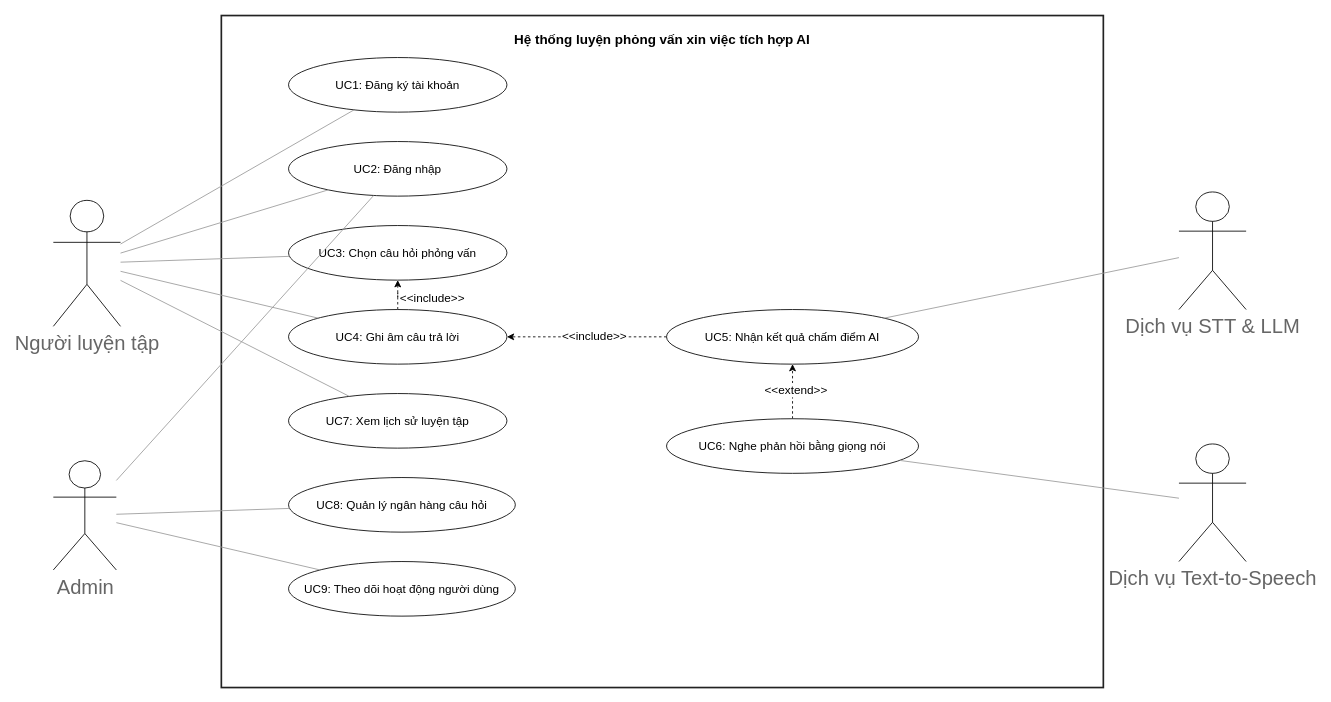
The draw.io diagram docs/diagrams/UsecaseDiagram.drawio.xml in ToraidolGiang/interview-practice-ai, before the edit. Source tidied: cells renumbered, new cells numbered last; positions are measured from the earlier drawing's top-left corner, leaving out a move shared by most shapes. Both pictures are drawn from the tidied source at 84%, with x=0, y=0 at pixel (53, 15).
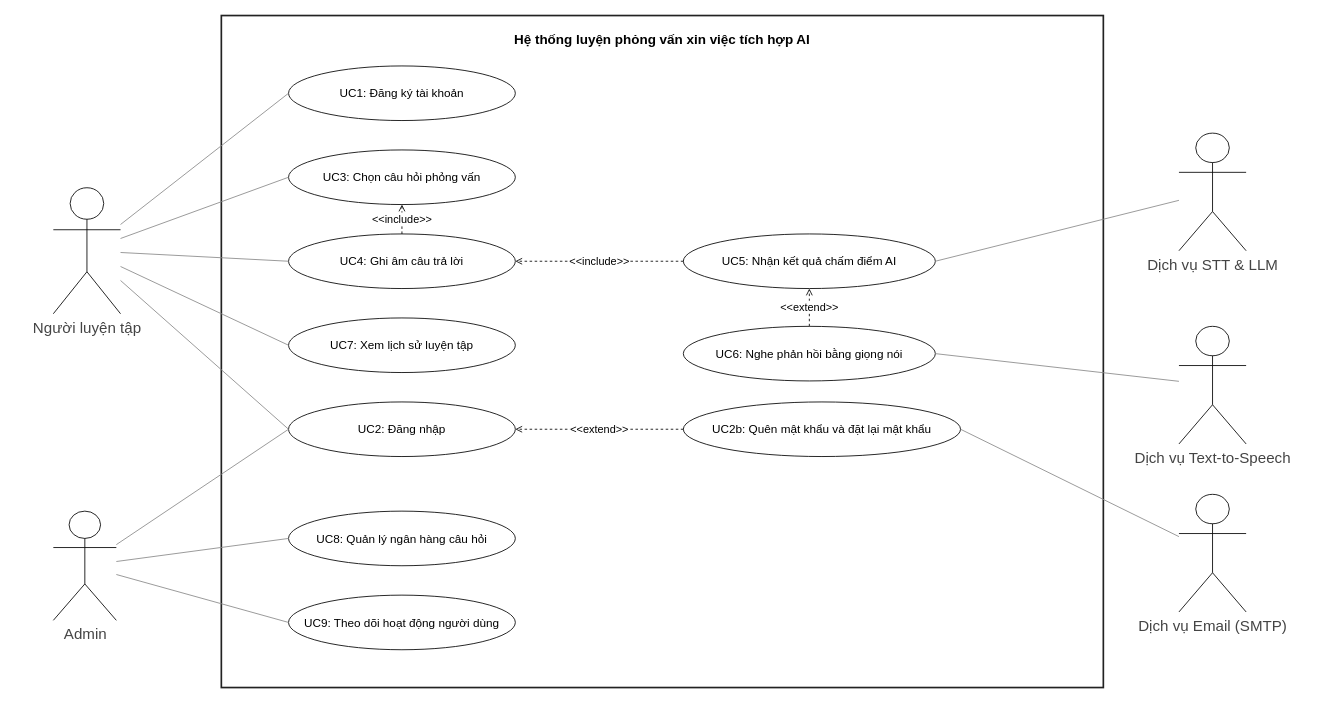
After the change.

The edit, as a diff of the source:
```diff
@@
-    <mxCell id="3" value="&lt;font style=&quot;font-size: 24px;&quot;&gt;Người luyện tập&lt;/font&gt;" style="shape=umlActor;verticalLabelPosition=bottom;verticalAlign=top;html=1;outlineConnect=0;fontSize=14;strokeColor=#000000;fontColor=#666666;" parent="1" vertex="1">
-      <mxGeometry y="220" width="80" height="150" as="geometry" />
+    <mxCell id="3" value="Người luyện tập" style="shape=umlActor;verticalLabelPosition=bottom;verticalAlign=top;html=1;outlineConnect=0;fontSize=18;strokeColor=#000000;fontColor=#444444;" parent="1" vertex="1">
+      <mxGeometry y="205" width="80" height="150" as="geometry" />
     </mxCell>
-    <mxCell id="4" value="&lt;font style=&quot;font-size: 24px;&quot;&gt;Admin&lt;/font&gt;" style="shape=umlActor;verticalLabelPosition=bottom;verticalAlign=top;html=1;outlineConnect=0;fontSize=14;strokeColor=#000000;fontColor=#666666;" parent="1" vertex="1">
-      <mxGeometry y="530" width="75" height="130" as="geometry" />
+    <mxCell id="4" value="Admin" style="shape=umlActor;verticalLabelPosition=bottom;verticalAlign=top;html=1;outlineConnect=0;fontSize=18;strokeColor=#000000;fontColor=#444444;" parent="1" vertex="1">
+      <mxGeometry y="590" width="75" height="130" as="geometry" />
     </mxCell>
-    <mxCell id="5" value="&lt;font style=&quot;font-size: 24px;&quot;&gt;Dịch vụ STT &amp;amp; LLM&lt;/font&gt;" style="shape=umlActor;verticalLabelPosition=bottom;verticalAlign=top;html=1;outlineConnect=0;fontSize=14;strokeColor=#000000;fontColor=#666666;" parent="1" vertex="1">
-      <mxGeometry x="1340" y="210" width="80" height="140" as="geometry" />
+    <mxCell id="5" value="Dịch vụ STT &amp; LLM" style="shape=umlActor;verticalLabelPosition=bottom;verticalAlign=top;html=1;outlineConnect=0;fontSize=18;strokeColor=#000000;fontColor=#444444;" parent="1" vertex="1">
+      <mxGeometry x="1340" y="140" width="80" height="140" as="geometry" />
     </mxCell>
-    <mxCell id="6" value="&lt;font style=&quot;font-size: 24px;&quot;&gt;Dịch vụ Text-to-Speech&lt;/font&gt;" style="shape=umlActor;verticalLabelPosition=bottom;verticalAlign=top;html=1;outlineConnect=0;fontSize=14;strokeColor=#000000;fontColor=#666666;" parent="1" vertex="1">
-      <mxGeometry x="1340" y="510" width="80" height="140" as="geometry" />
+    <mxCell id="6" value="Dịch vụ Text-to-Speech" style="shape=umlActor;verticalLabelPosition=bottom;verticalAlign=top;html=1;outlineConnect=0;fontSize=18;strokeColor=#000000;fontColor=#444444;" parent="1" vertex="1">
+      <mxGeometry x="1340" y="370" width="80" height="140" as="geometry" />
     </mxCell>
+    <mxCell id="32" value="Dịch vụ Email (SMTP)" style="shape=umlActor;verticalLabelPosition=bottom;verticalAlign=top;html=1;outlineConnect=0;fontSize=18;strokeColor=#000000;fontColor=#444444;" parent="1" vertex="1">
+      <mxGeometry x="1340" y="570" width="80" height="140" as="geometry" />
+    </mxCell>
     <mxCell id="7" value="UC1: Đăng ký tài khoản" style="ellipse;whiteSpace=wrap;html=1;fontSize=14;" parent="1" vertex="1">
-      <mxGeometry x="280" y="50" width="260" height="65" as="geometry" />
+      <mxGeometry x="280" y="60" width="270" height="65" as="geometry" />
     </mxCell>
-    <mxCell id="8" value="UC2: Đăng nhập" style="ellipse;whiteSpace=wrap;html=1;fontSize=14;" parent="1" vertex="1">
-      <mxGeometry x="280" y="150" width="260" height="65" as="geometry" />
-    </mxCell>
     <mxCell id="9" value="UC3: Chọn câu hỏi phỏng vấn" style="ellipse;whiteSpace=wrap;html=1;fontSize=14;" parent="1" vertex="1">
-      <mxGeometry x="280" y="250" width="260" height="65" as="geometry" />
+      <mxGeometry x="280" y="160" width="270" height="65" as="geometry" />
     </mxCell>
-    <mxCell id="10" style="edgeStyle=orthogonalEdgeStyle;rounded=0;jettySize=auto;html=1;dashed=1;" parent="1" edge="1" source="12" target="9">
-      <mxGeometry relative="1" as="geometry" />
-    </mxCell>
-    <mxCell id="11" value="&lt;font style=&quot;font-size: 14px;&quot;&gt;&amp;lt;&amp;lt;include&amp;gt;&amp;gt;&lt;/font&gt;" style="edgeLabel;html=1;align=center;verticalAlign=middle;" parent="10" vertex="1">
-      <mxGeometry x="-0.38" relative="1" as="geometry">
-        <mxPoint x="40" as="offset" />
-      </mxGeometry>
-    </mxCell>
     <mxCell id="12" value="UC4: Ghi âm câu trả lời" style="ellipse;whiteSpace=wrap;html=1;fontSize=14;" parent="1" vertex="1">
-      <mxGeometry x="280" y="350" width="260" height="65" as="geometry" />
+      <mxGeometry x="280" y="260" width="270" height="65" as="geometry" />
     </mxCell>
     <mxCell id="13" value="UC7: Xem lịch sử luyện tập" style="ellipse;whiteSpace=wrap;html=1;fontSize=14;" parent="1" vertex="1">
-      <mxGeometry x="280" y="450" width="260" height="65" as="geometry" />
+      <mxGeometry x="280" y="360" width="270" height="65" as="geometry" />
     </mxCell>
+    <mxCell id="8" value="UC2: Đăng nhập" style="ellipse;whiteSpace=wrap;html=1;fontSize=14;" parent="1" vertex="1">
+      <mxGeometry x="280" y="460" width="270" height="65" as="geometry" />
+    </mxCell>
     <mxCell id="14" value="UC8: Quản lý ngân hàng câu hỏi" style="ellipse;whiteSpace=wrap;html=1;fontSize=14;" parent="1" vertex="1">
-      <mxGeometry x="280" y="550" width="270" height="65" as="geometry" />
+      <mxGeometry x="280" y="590" width="270" height="65" as="geometry" />
     </mxCell>
     <mxCell id="15" value="UC9: Theo dõi hoạt động người dùng" style="ellipse;whiteSpace=wrap;html=1;fontSize=14;" parent="1" vertex="1">
-      <mxGeometry x="280" y="650" width="270" height="65" as="geometry" />
+      <mxGeometry x="280" y="690" width="270" height="65" as="geometry" />
     </mxCell>
-    <mxCell id="16" style="edgeStyle=orthogonalEdgeStyle;rounded=0;jettySize=auto;html=1;dashed=1;" parent="1" edge="1" source="18" target="12">
-      <mxGeometry relative="1" as="geometry" />
-    </mxCell>
-    <mxCell id="17" value="&lt;font style=&quot;font-size: 14px;&quot;&gt;&amp;lt;&amp;lt;include&amp;gt;&amp;gt;&lt;/font&gt;" style="edgeLabel;html=1;align=center;verticalAlign=middle;" parent="16" vertex="1">
-      <mxGeometry x="-0.08" y="-1" relative="1" as="geometry" />
-    </mxCell>
     <mxCell id="18" value="UC5: Nhận kết quả chấm điểm AI" style="ellipse;whiteSpace=wrap;html=1;fontSize=14;" parent="1" vertex="1">
-      <mxGeometry x="730" y="350" width="300" height="65" as="geometry" />
+      <mxGeometry x="750" y="260" width="300" height="65" as="geometry" />
     </mxCell>
-    <mxCell id="19" style="edgeStyle=orthogonalEdgeStyle;rounded=0;jettySize=auto;html=1;dashed=1;" parent="1" edge="1" source="21" target="18">
-      <mxGeometry relative="1" as="geometry" />
-    </mxCell>
-    <mxCell id="20" value="&lt;font style=&quot;font-size: 14px;&quot;&gt;&amp;lt;&amp;lt;extend&amp;gt;&amp;gt;&lt;/font&gt;" style="edgeLabel;html=1;align=center;verticalAlign=middle;" parent="19" vertex="1">
-      <mxGeometry x="0.07" y="-3" relative="1" as="geometry" />
-    </mxCell>
     <mxCell id="21" value="UC6: Nghe phản hồi bằng giọng nói" style="ellipse;whiteSpace=wrap;html=1;fontSize=14;" parent="1" vertex="1">
-      <mxGeometry x="730" y="480" width="300" height="65" as="geometry" />
+      <mxGeometry x="750" y="370" width="300" height="65" as="geometry" />
     </mxCell>
+    <mxCell id="33" value="UC2b: Quên mật khẩu và đặt lại mật khẩu" style="ellipse;whiteSpace=wrap;html=1;fontSize=14;" parent="1" vertex="1">
+      <mxGeometry x="750" y="460" width="330" height="65" as="geometry" />
+    </mxCell>
-    <mxCell id="22" style="endArrow=none;html=1;rounded=0;strokeColor=#999999;" parent="1" edge="1" source="3" target="7">
+    <mxCell id="22" style="endArrow=none;html=1;rounded=0;strokeColor=#888888;entryX=0;entryY=0.5;entryDx=0;entryDy=0;" parent="1" edge="1" source="3" target="7">
       <mxGeometry relative="1" as="geometry" />
     </mxCell>
-    <mxCell id="23" style="endArrow=none;html=1;rounded=0;strokeColor=#999999;" parent="1" edge="1" source="3" target="8">
-      <mxGeometry relative="1" as="geometry" />
-    </mxCell>
-    <mxCell id="24" style="endArrow=none;html=1;rounded=0;strokeColor=#999999;" parent="1" edge="1" source="3" target="9">
+    <mxCell id="24" style="endArrow=none;html=1;rounded=0;strokeColor=#888888;entryX=0;entryY=0.5;entryDx=0;entryDy=0;" parent="1" edge="1" source="3" target="9">
       <mxGeometry relative="1" as="geometry" />
     </mxCell>
-    <mxCell id="25" style="endArrow=none;html=1;rounded=0;strokeColor=#999999;" parent="1" edge="1" source="3" target="12">
+    <mxCell id="25" style="endArrow=none;html=1;rounded=0;strokeColor=#888888;entryX=0;entryY=0.5;entryDx=0;entryDy=0;" parent="1" edge="1" source="3" target="12">
       <mxGeometry relative="1" as="geometry" />
     </mxCell>
-    <mxCell id="26" style="endArrow=none;html=1;rounded=0;strokeColor=#999999;" parent="1" edge="1" source="3" target="13">
+    <mxCell id="26" style="endArrow=none;html=1;rounded=0;strokeColor=#888888;entryX=0;entryY=0.5;entryDx=0;entryDy=0;" parent="1" edge="1" source="3" target="13">
       <mxGeometry relative="1" as="geometry" />
     </mxCell>
+    <mxCell id="23" style="endArrow=none;html=1;rounded=0;strokeColor=#888888;entryX=0;entryY=0.5;entryDx=0;entryDy=0;" parent="1" edge="1" source="3" target="8">
+      <mxGeometry relative="1" as="geometry" />
+    </mxCell>
-    <mxCell id="27" style="endArrow=none;html=1;rounded=0;strokeColor=#999999;" parent="1" edge="1" source="4" target="8">
+    <mxCell id="27" style="endArrow=none;html=1;rounded=0;strokeColor=#888888;entryX=0;entryY=0.5;entryDx=0;entryDy=0;" parent="1" edge="1" source="4" target="8">
       <mxGeometry relative="1" as="geometry" />
     </mxCell>
-    <mxCell id="28" style="endArrow=none;html=1;rounded=0;strokeColor=#999999;" parent="1" edge="1" source="4" target="14">
+    <mxCell id="28" style="endArrow=none;html=1;rounded=0;strokeColor=#888888;entryX=0;entryY=0.5;entryDx=0;entryDy=0;" parent="1" edge="1" source="4" target="14">
       <mxGeometry relative="1" as="geometry" />
     </mxCell>
-    <mxCell id="29" style="endArrow=none;html=1;rounded=0;strokeColor=#999999;" parent="1" edge="1" source="4" target="15">
+    <mxCell id="29" style="endArrow=none;html=1;rounded=0;strokeColor=#888888;entryX=0;entryY=0.5;entryDx=0;entryDy=0;" parent="1" edge="1" source="4" target="15">
       <mxGeometry relative="1" as="geometry" />
     </mxCell>
-    <mxCell id="30" style="endArrow=none;html=1;rounded=0;strokeColor=#999999;" parent="1" edge="1" source="5" target="18">
+    <mxCell id="30" style="endArrow=none;html=1;rounded=0;strokeColor=#888888;entryX=1;entryY=0.5;entryDx=0;entryDy=0;" parent="1" edge="1" source="5" target="18">
       <mxGeometry relative="1" as="geometry" />
     </mxCell>
-    <mxCell id="31" style="endArrow=none;html=1;rounded=0;strokeColor=#999999;" parent="1" edge="1" source="6" target="21">
+    <mxCell id="31" style="endArrow=none;html=1;rounded=0;strokeColor=#888888;entryX=1;entryY=0.5;entryDx=0;entryDy=0;" parent="1" edge="1" source="6" target="21">
       <mxGeometry relative="1" as="geometry" />
     </mxCell>
+    <mxCell id="34" style="endArrow=none;html=1;rounded=0;strokeColor=#888888;entryX=1;entryY=0.5;entryDx=0;entryDy=0;" parent="1" edge="1" source="32" target="33">
+      <mxGeometry relative="1" as="geometry" />
+    </mxCell>
+    <mxCell id="10" value="&amp;lt;&amp;lt;include&amp;gt;&amp;gt;" style="edgeStyle=orthogonalEdgeStyle;rounded=0;html=1;dashed=1;endArrow=open;endFill=0;fontSize=13;labelBackgroundColor=#ffffff;exitX=0.5;exitY=0;exitDx=0;exitDy=0;entryX=0.5;entryY=1;entryDx=0;entryDy=0;" parent="1" edge="1" source="12" target="9">
+      <mxGeometry relative="1" as="geometry" />
+    </mxCell>
+    <mxCell id="16" value="&amp;lt;&amp;lt;include&amp;gt;&amp;gt;" style="edgeStyle=orthogonalEdgeStyle;rounded=0;html=1;dashed=1;endArrow=open;endFill=0;fontSize=13;labelBackgroundColor=#ffffff;exitX=0;exitY=0.5;exitDx=0;exitDy=0;entryX=1;entryY=0.5;entryDx=0;entryDy=0;" parent="1" edge="1" source="18" target="12">
+      <mxGeometry relative="1" as="geometry" />
+    </mxCell>
+    <mxCell id="19" value="&amp;lt;&amp;lt;extend&amp;gt;&amp;gt;" style="edgeStyle=orthogonalEdgeStyle;rounded=0;html=1;dashed=1;endArrow=open;endFill=0;fontSize=13;labelBackgroundColor=#ffffff;exitX=0.5;exitY=0;exitDx=0;exitDy=0;entryX=0.5;entryY=1;entryDx=0;entryDy=0;" parent="1" edge="1" source="21" target="18">
+      <mxGeometry relative="1" as="geometry" />
+    </mxCell>
+    <mxCell id="35" value="&amp;lt;&amp;lt;extend&amp;gt;&amp;gt;" style="edgeStyle=orthogonalEdgeStyle;rounded=0;html=1;dashed=1;endArrow=open;endFill=0;fontSize=13;labelBackgroundColor=#ffffff;exitX=0;exitY=0.5;exitDx=0;exitDy=0;entryX=1;entryY=0.5;entryDx=0;entryDy=0;" parent="1" edge="1" source="33" target="8">
+      <mxGeometry relative="1" as="geometry" />
+    </mxCell>
```
